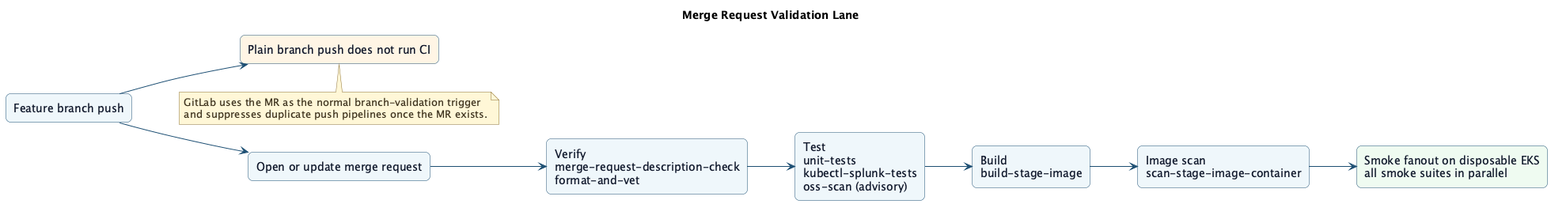
splunk/splunk-operator keeps this PlantUML diagram as gitlab-ci/diagrams/merge-request-lane.png. Above is the earlier version.
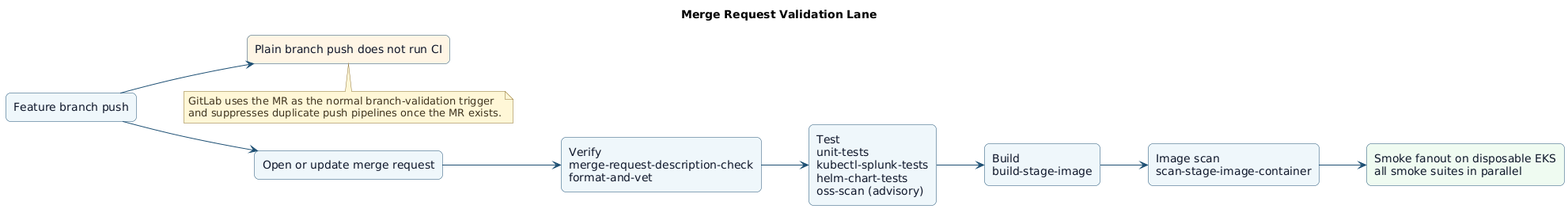
Above is the later version.

What changed in the source:
```diff
@@ -21,7 +21,7 @@
 rectangle "Plain branch push does not run CI" as no_push #fff4e5
 rectangle "Open or update merge request" as mr
 rectangle "Verify\nmerge-request-description-check\nformat-and-vet" as verify
-rectangle "Test\nunit-tests\nkubectl-splunk-tests\noss-scan (advisory)" as test
+rectangle "Test\nunit-tests\nkubectl-splunk-tests\nhelm-chart-tests\noss-scan (advisory)" as test
 rectangle "Build\nbuild-stage-image" as build
 rectangle "Image scan\nscan-stage-image-container" as scan
 rectangle "Smoke fanout on disposable EKS\nall smoke suites in parallel" as smoke #eefbf1
```
